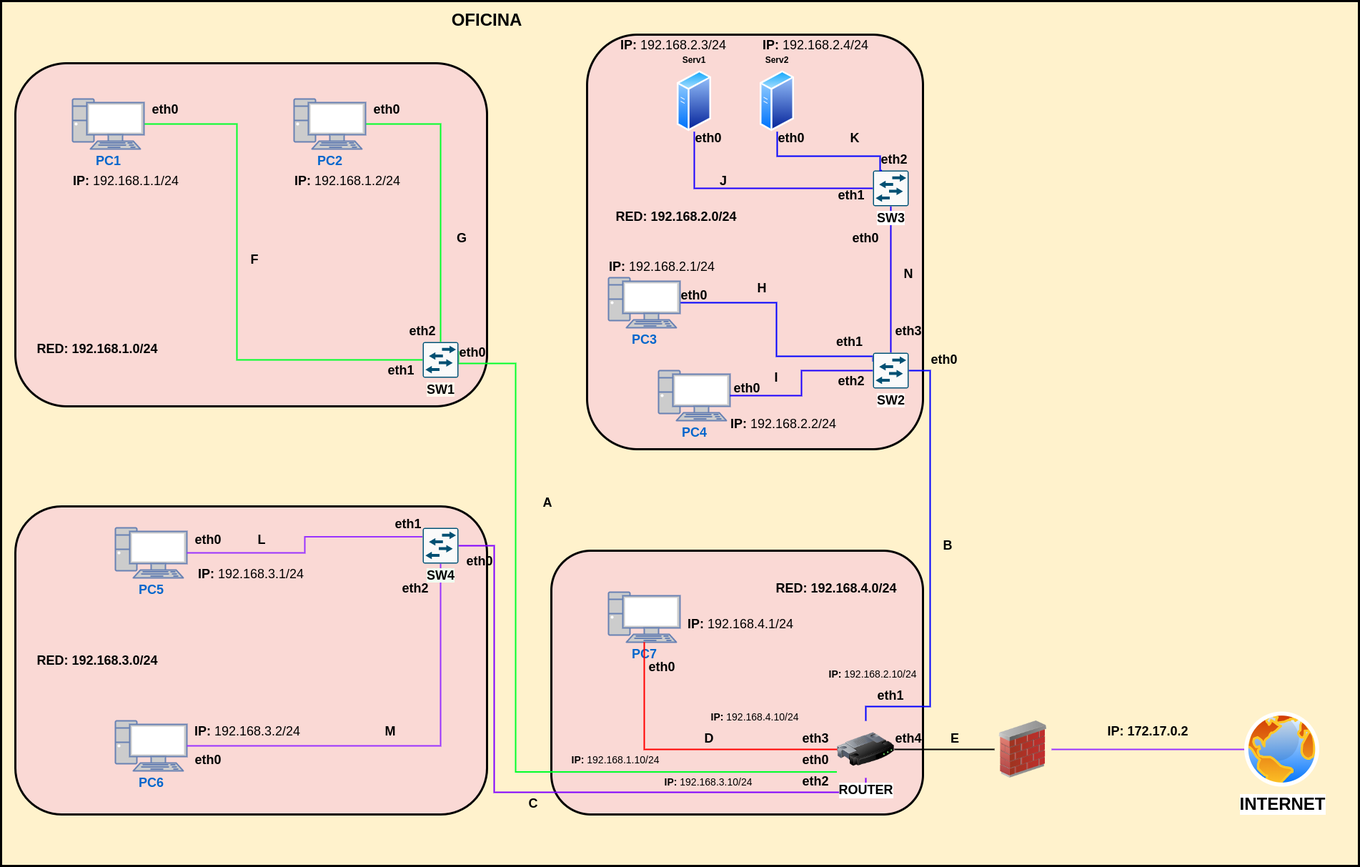
joserogu/Laboratorio_Serivios_Red keeps this draw.io diagram as Diagrama_oficina.png. Above is the earlier version. Source tidied: cells renumbered, new cells last; positions are measured from the earlier drawing's top-left corner, leaving out a move shared by most shapes.
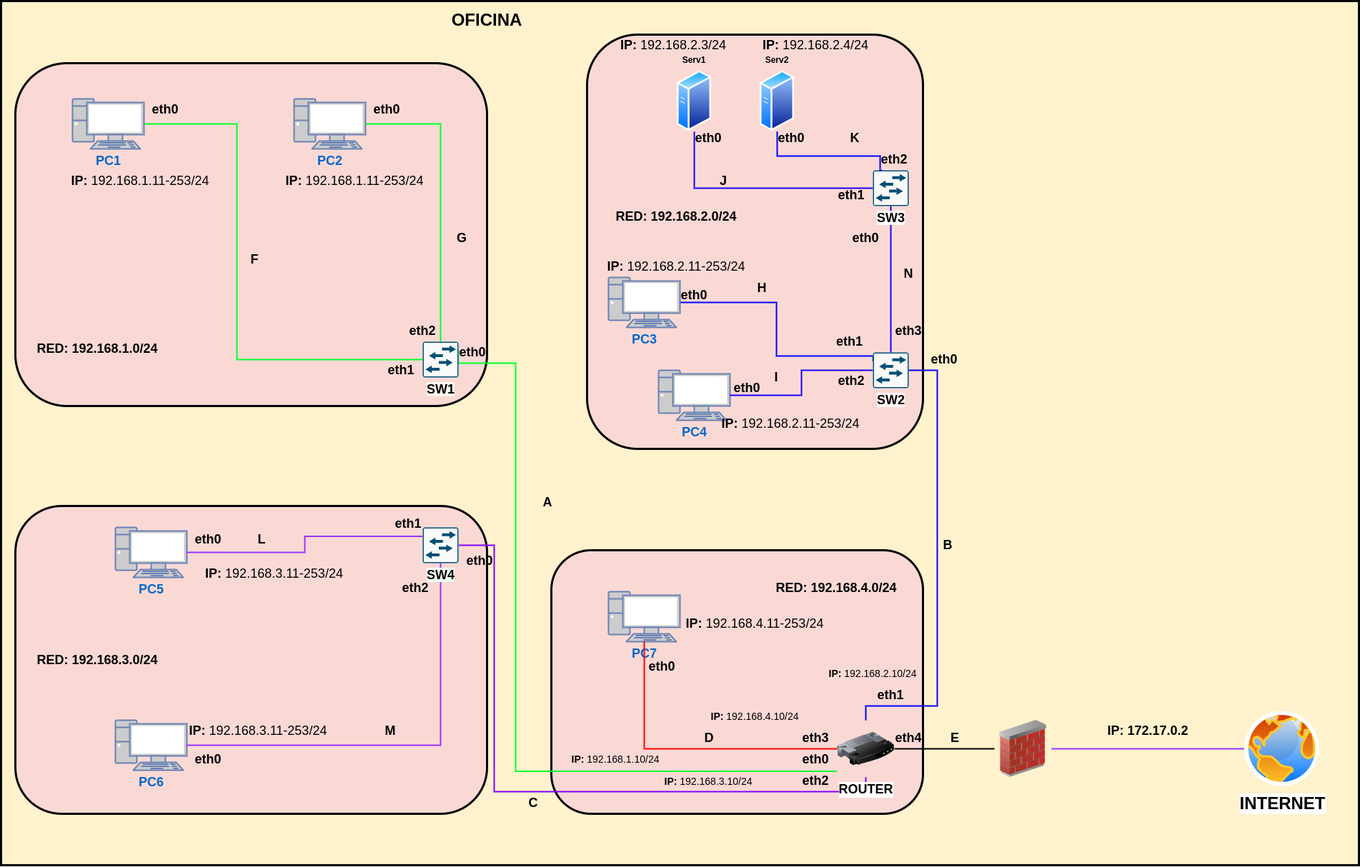
After the change.

The edit, as a diff of the source:
```diff
@@ -80,8 +80,8 @@
       <mxGeometry relative="1" as="geometry">
         <Array as="points">
           <mxPoint x="1210" y="987" />
-          <mxPoint x="1300" y="987" />
-          <mxPoint x="1300" y="517" />
+          <mxPoint x="1310" y="987" />
+          <mxPoint x="1310" y="517" />
         </Array>
       </mxGeometry>
     </mxCell>
@@ -223,26 +223,26 @@
     <mxCell id="63" value="eth2" style="text;html=1;strokeColor=none;fillColor=none;align=center;verticalAlign=middle;whiteSpace=wrap;rounded=0;fontSize=18;fontStyle=1;" parent="1" vertex="1">
       <mxGeometry x="560" y="447" width="60" height="30" as="geometry" />
     </mxCell>
-    <mxCell id="64" value="&lt;font style=&quot;font-size: 18px;&quot;&gt;IP: &lt;span style=&quot;font-weight: normal;&quot;&gt;192.168.1.1/24&lt;/span&gt;&lt;/font&gt;" style="text;html=1;strokeColor=none;fillColor=none;align=center;verticalAlign=middle;whiteSpace=wrap;rounded=0;fontStyle=1;" parent="1" vertex="1">
-      <mxGeometry x="80" y="237" width="190" height="30" as="geometry" />
+    <mxCell id="64" value="&lt;font style=&quot;font-size: 18px;&quot;&gt;IP: &lt;span style=&quot;font-weight: normal;&quot;&gt;192.168.1.11-253/24&lt;/span&gt;&lt;/font&gt;" style="text;html=1;strokeColor=none;fillColor=none;align=center;verticalAlign=middle;whiteSpace=wrap;rounded=0;fontStyle=1;" parent="1" vertex="1">
+      <mxGeometry x="80" y="237" width="230" height="30" as="geometry" />
     </mxCell>
-    <mxCell id="65" value="&lt;font style=&quot;font-size: 18px;&quot;&gt;IP: &lt;span style=&quot;font-weight: normal;&quot;&gt;192.168.1.2/24&lt;/span&gt;&lt;/font&gt;" style="text;html=1;strokeColor=none;fillColor=none;align=center;verticalAlign=middle;whiteSpace=wrap;rounded=0;fontStyle=1;" parent="1" vertex="1">
-      <mxGeometry x="390" y="237" width="190" height="30" as="geometry" />
+    <mxCell id="65" value="&lt;font style=&quot;font-size: 18px;&quot;&gt;IP: &lt;span style=&quot;font-weight: normal;&quot;&gt;192.168.1.11-253/24&lt;/span&gt;&lt;/font&gt;" style="text;html=1;strokeColor=none;fillColor=none;align=center;verticalAlign=middle;whiteSpace=wrap;rounded=0;fontStyle=1;" parent="1" vertex="1">
+      <mxGeometry x="390" y="237" width="210" height="30" as="geometry" />
     </mxCell>
-    <mxCell id="66" value="&lt;font style=&quot;font-size: 18px;&quot;&gt;IP: &lt;span style=&quot;font-weight: normal;&quot;&gt;192.168.2.1/24&lt;/span&gt;&lt;/font&gt;" style="text;html=1;strokeColor=none;fillColor=none;align=center;verticalAlign=middle;whiteSpace=wrap;rounded=0;fontStyle=1;" parent="1" vertex="1">
-      <mxGeometry x="830" y="357" width="190" height="30" as="geometry" />
+    <mxCell id="66" value="&lt;font style=&quot;font-size: 18px;&quot;&gt;IP: &lt;span style=&quot;font-weight: normal;&quot;&gt;192.168.2.11-253/24&lt;/span&gt;&lt;/font&gt;" style="text;html=1;strokeColor=none;fillColor=none;align=center;verticalAlign=middle;whiteSpace=wrap;rounded=0;fontStyle=1;" parent="1" vertex="1">
+      <mxGeometry x="830" y="357" width="230" height="30" as="geometry" />
     </mxCell>
-    <mxCell id="67" value="&lt;font style=&quot;font-size: 18px;&quot;&gt;IP: &lt;span style=&quot;font-weight: normal;&quot;&gt;192.168.2.2/24&lt;/span&gt;&lt;/font&gt;" style="text;html=1;strokeColor=none;fillColor=none;align=center;verticalAlign=middle;whiteSpace=wrap;rounded=0;fontStyle=1;" parent="1" vertex="1">
-      <mxGeometry x="1000" y="577" width="190" height="30" as="geometry" />
+    <mxCell id="67" value="&lt;font style=&quot;font-size: 18px;&quot;&gt;IP: &lt;span style=&quot;font-weight: normal;&quot;&gt;192.168.2.11-253/24&lt;/span&gt;&lt;/font&gt;" style="text;html=1;strokeColor=none;fillColor=none;align=center;verticalAlign=middle;whiteSpace=wrap;rounded=0;fontStyle=1;" parent="1" vertex="1">
+      <mxGeometry x="1000" y="577" width="210" height="30" as="geometry" />
     </mxCell>
-    <mxCell id="68" value="&lt;font style=&quot;font-size: 18px;&quot;&gt;IP: &lt;span style=&quot;font-weight: normal;&quot;&gt;192.168.3.1/24&lt;/span&gt;&lt;/font&gt;" style="text;html=1;strokeColor=none;fillColor=none;align=center;verticalAlign=middle;whiteSpace=wrap;rounded=0;fontStyle=1;" parent="1" vertex="1">
-      <mxGeometry x="255" y="787" width="190" height="30" as="geometry" />
+    <mxCell id="68" value="&lt;font style=&quot;font-size: 18px;&quot;&gt;IP: &lt;span style=&quot;font-weight: normal;&quot;&gt;192.168.3.11-253/24&lt;/span&gt;&lt;/font&gt;" style="text;html=1;strokeColor=none;fillColor=none;align=center;verticalAlign=middle;whiteSpace=wrap;rounded=0;fontStyle=1;" parent="1" vertex="1">
+      <mxGeometry x="255" y="787" width="255" height="30" as="geometry" />
     </mxCell>
-    <mxCell id="69" value="&lt;font style=&quot;font-size: 18px;&quot;&gt;IP: &lt;span style=&quot;font-weight: normal;&quot;&gt;192.168.3.2/24&lt;/span&gt;&lt;/font&gt;" style="text;html=1;strokeColor=none;fillColor=none;align=center;verticalAlign=middle;whiteSpace=wrap;rounded=0;fontStyle=1;" parent="1" vertex="1">
-      <mxGeometry x="250" y="1007" width="190" height="30" as="geometry" />
+    <mxCell id="69" value="&lt;font style=&quot;font-size: 18px;&quot;&gt;IP: &lt;span style=&quot;font-weight: normal;&quot;&gt;192.168.3.11-253/24&lt;/span&gt;&lt;/font&gt;" style="text;html=1;strokeColor=none;fillColor=none;align=center;verticalAlign=middle;whiteSpace=wrap;rounded=0;fontStyle=1;" parent="1" vertex="1">
+      <mxGeometry x="250" y="1007" width="220" height="30" as="geometry" />
     </mxCell>
-    <mxCell id="70" value="&lt;font style=&quot;font-size: 18px;&quot;&gt;IP: &lt;span style=&quot;font-weight: normal;&quot;&gt;192.168.4.1/24&lt;/span&gt;&lt;/font&gt;" style="text;html=1;strokeColor=none;fillColor=none;align=center;verticalAlign=middle;whiteSpace=wrap;rounded=0;fontStyle=1;" parent="1" vertex="1">
-      <mxGeometry x="940" y="857" width="190" height="30" as="geometry" />
+    <mxCell id="70" value="&lt;font style=&quot;font-size: 18px;&quot;&gt;IP: &lt;span style=&quot;font-weight: normal;&quot;&gt;192.168.4.11-253/24&lt;/span&gt;&lt;/font&gt;" style="text;html=1;strokeColor=none;fillColor=none;align=center;verticalAlign=middle;whiteSpace=wrap;rounded=0;fontStyle=1;" parent="1" vertex="1">
+      <mxGeometry x="940" y="857" width="230" height="30" as="geometry" />
     </mxCell>
     <mxCell id="71" value="eth0" style="text;html=1;strokeColor=none;fillColor=none;align=center;verticalAlign=middle;whiteSpace=wrap;rounded=0;fontSize=18;fontStyle=1;" parent="1" vertex="1">
       <mxGeometry x="260" y="739" width="60" height="30" as="geometry" />
```
